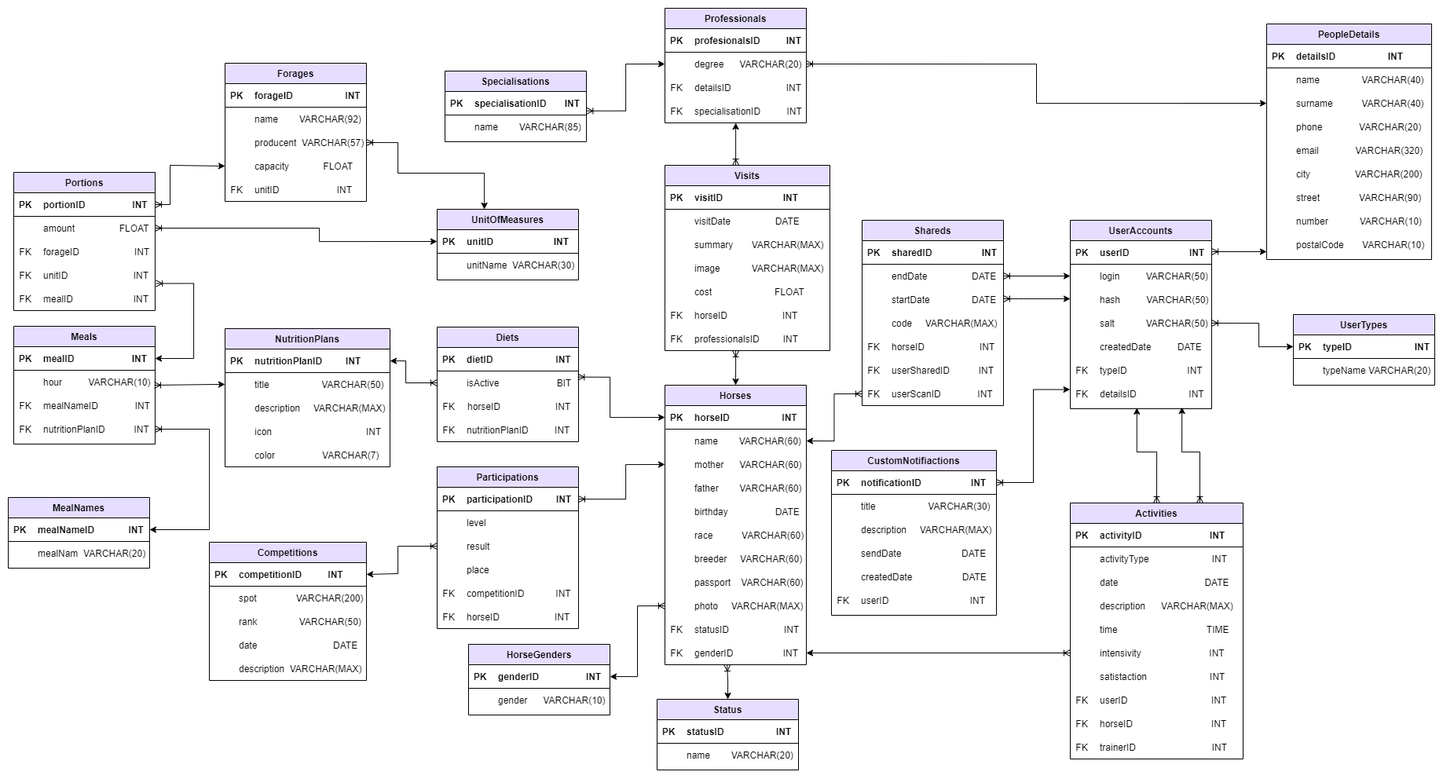
The draw.io diagram Diagrams/Diagram fizyczny.png in NSzymczak/HorseTracking, before a commit. Source tidied: cells renumbered, new cells last; positions are measured from the earlier drawing's top-left corner, leaving out a move shared by most shapes.
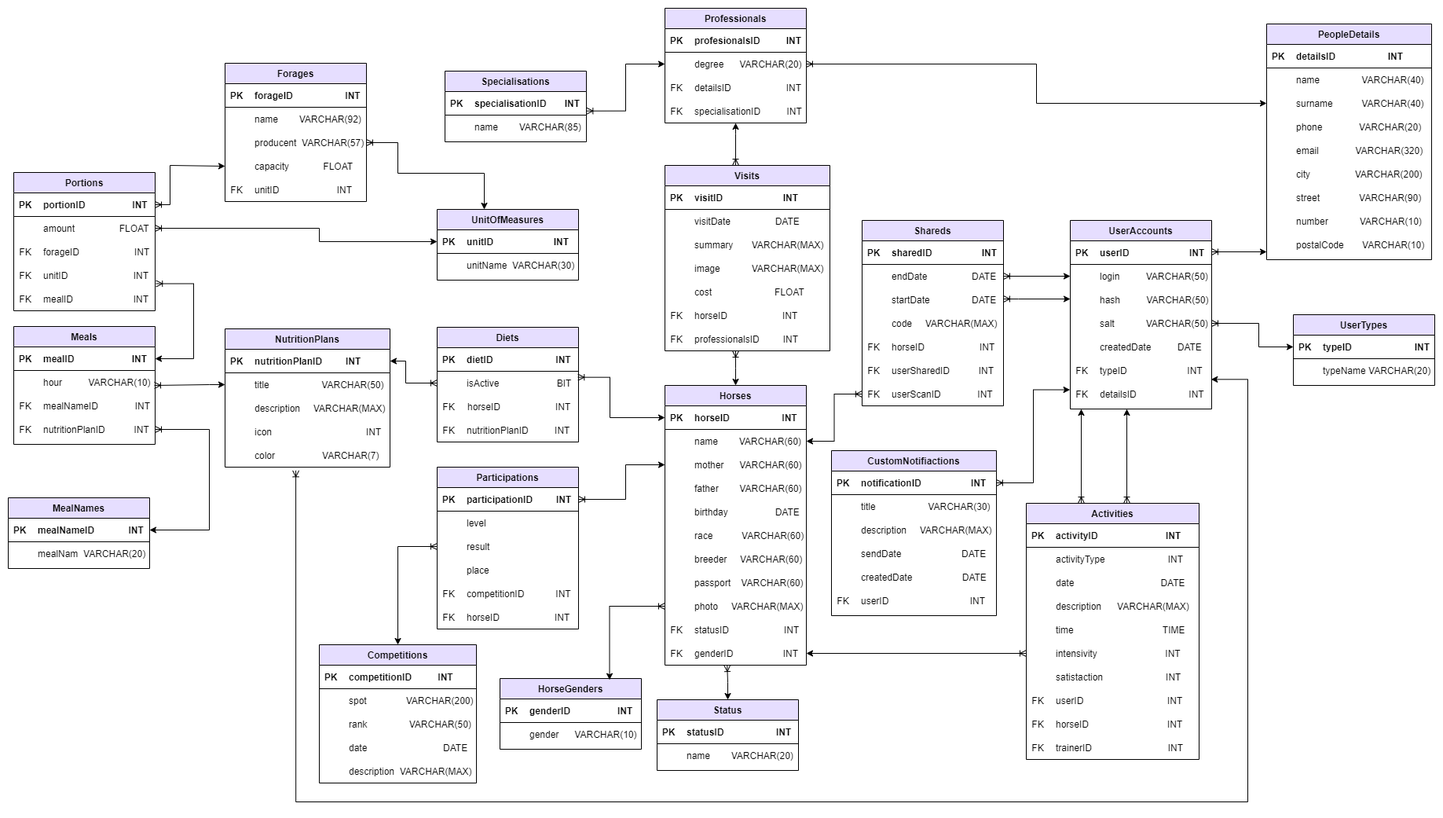
The same file after the commit.

Change to the diagram source:
```diff
@@ -375,7 +375,7 @@
       <mxGeometry x="30" width="150" height="30" as="geometry" />
     </mxCell>
     <mxCell id="126" value="HorseGenders" style="swimlane;fontStyle=1;align=center;verticalAlign=top;horizontal=1;startSize=26;rounded=0;shadow=0;strokeWidth=1;separatorColor=#000000;separatorStrokeWidth=1;swimlaneFillColor=#FFFFFF;fillColor=#E6DEFF;" parent="1" vertex="1">
-      <mxGeometry x="586" y="810" width="180" height="90" as="geometry" />
+      <mxGeometry x="626" y="853" width="180" height="90" as="geometry" />
     </mxCell>
     <mxCell id="127" style="shape=tableRow;horizontal=0;startSize=0;swimlaneHead=0;swimlaneBody=0;fillColor=none;points=[[0,0.5],[1,0.5]];portConstraint=eastwest;top=0;left=0;right=0;bottom=1;strokeColor=#000000;" parent="126" vertex="1">
       <mxGeometry y="26" width="180" height="30" as="geometry" />
@@ -417,7 +417,7 @@
       <mxGeometry x="30" width="150" height="30" as="geometry" />
     </mxCell>
     <mxCell id="140" value="Activities" style="swimlane;fontStyle=1;align=center;verticalAlign=top;horizontal=1;startSize=26;rounded=0;shadow=0;strokeWidth=1;separatorColor=#000000;separatorStrokeWidth=1;swimlaneFillColor=#FFFFFF;fillColor=#E6DEFF;" parent="1" vertex="1">
-      <mxGeometry x="1352" y="630" width="220" height="326" as="geometry" />
+      <mxGeometry x="1296" y="630" width="220" height="326" as="geometry" />
     </mxCell>
     <mxCell id="141" style="shape=tableRow;horizontal=0;startSize=0;swimlaneHead=0;swimlaneBody=0;fillColor=none;top=0;left=0;right=0;bottom=1;strokeColor=#000000;" parent="140" vertex="1">
       <mxGeometry y="26" width="220" height="30" as="geometry" />
@@ -723,7 +723,7 @@
       <mxGeometry x="30" width="180" height="30" as="geometry" />
     </mxCell>
     <mxCell id="242" value="Competitions" style="swimlane;fontStyle=1;align=center;verticalAlign=top;horizontal=1;startSize=26;rounded=0;shadow=0;strokeWidth=1;separatorColor=#000000;separatorStrokeWidth=1;swimlaneFillColor=#FFFFFF;fillColor=#E6DEFF;" parent="1" vertex="1">
-      <mxGeometry x="256" y="680" width="200" height="176" as="geometry" />
+      <mxGeometry x="396" y="810" width="200" height="176" as="geometry" />
     </mxCell>
     <mxCell id="243" style="shape=tableRow;horizontal=0;startSize=0;swimlaneHead=0;swimlaneBody=0;fillColor=none;points=[[0,0.5],[1,0.5]];portConstraint=eastwest;top=0;left=0;right=0;bottom=1;strokeColor=#000000;" parent="242" vertex="1">
       <mxGeometry y="26" width="200" height="30" as="geometry" />
@@ -1025,20 +1025,19 @@
     <mxCell id="342" style="shape=partialRectangle;fillColor=none;top=0;left=0;bottom=0;right=0;overflow=hidden;strokeColor=#000000;" parent="1" vertex="1">
       <mxGeometry x="1352" y="326" width="30" height="30" as="geometry" />
     </mxCell>
-    <mxCell id="343" style="fontSize=12;html=1;endArrow=ERoneToMany;rounded=0;startArrow=classic;startFill=1;exitX=0.79;exitY=1.07;exitDx=0;exitDy=0;exitPerimeter=0;entryX=0.75;entryY=0;entryDx=0;entryDy=0;edgeStyle=orthogonalEdgeStyle;" parent="1" edge="1" source="97" target="140">
+    <mxCell id="343" style="fontSize=12;html=1;endArrow=ERoneToMany;rounded=0;startArrow=classic;startFill=1;entryX=0.75;entryY=0;entryDx=0;entryDy=0;edgeStyle=orthogonalEdgeStyle;" parent="1" edge="1">
       <mxGeometry relative="1" as="geometry">
+        <mxPoint x="1424" y="510" as="sourcePoint" />
+        <mxPoint x="1424" y="630" as="targetPoint" />
         <Array as="points">
-          <mxPoint x="1494" y="565" />
-          <mxPoint x="1517" y="565" />
+          <mxPoint x="1424" y="520" />
+          <mxPoint x="1424" y="520" />
         </Array>
       </mxGeometry>
     </mxCell>
-    <mxCell id="344" style="fontSize=12;html=1;endArrow=ERoneToMany;rounded=0;startArrow=classic;startFill=1;exitX=0.471;exitY=1.094;exitDx=0;exitDy=0;exitPerimeter=0;entryX=0.5;entryY=0;entryDx=0;entryDy=0;edgeStyle=orthogonalEdgeStyle;" parent="1" edge="1" source="97" target="140">
+    <mxCell id="344" style="fontSize=12;html=1;endArrow=ERoneToMany;rounded=0;startArrow=classic;startFill=1;edgeStyle=orthogonalEdgeStyle;entryX=0.318;entryY=0;entryDx=0;entryDy=0;entryPerimeter=0;" parent="1" edge="1" target="140">
       <mxGeometry relative="1" as="geometry">
-        <Array as="points">
-          <mxPoint x="1437" y="565" />
-          <mxPoint x="1462" y="565" />
-        </Array>
+        <mxPoint x="1366" y="510" as="sourcePoint" />
       </mxGeometry>
     </mxCell>
     <mxCell id="345" style="fontSize=12;html=1;endArrow=ERoneToMany;rounded=0;startArrow=classic;startFill=1;exitX=1;exitY=0.5;exitDx=0;exitDy=0;entryX=0;entryY=0.5;entryDx=0;entryDy=0;edgeStyle=orthogonalEdgeStyle;" parent="1" edge="1" source="54" target="156">
@@ -1050,8 +1049,12 @@
     <mxCell id="347" style="fontSize=12;html=1;endArrow=ERoneToMany;rounded=0;startArrow=classic;startFill=1;exitX=0.5;exitY=0;exitDx=0;exitDy=0;entryX=0.44;entryY=1.003;entryDx=0;entryDy=0;edgeStyle=orthogonalEdgeStyle;entryPerimeter=0;" parent="1" edge="1" source="119" target="54">
       <mxGeometry relative="1" as="geometry" />
     </mxCell>
-    <mxCell id="348" style="fontSize=12;html=1;endArrow=ERoneToMany;rounded=0;startArrow=classic;startFill=1;entryX=0;entryY=0.5;entryDx=0;entryDy=0;edgeStyle=orthogonalEdgeStyle;" parent="1" edge="1" source="127" target="48">
-      <mxGeometry relative="1" as="geometry" />
+    <mxCell id="348" style="fontSize=12;html=1;endArrow=ERoneToMany;rounded=0;startArrow=classic;startFill=1;entryX=0;entryY=0.5;entryDx=0;entryDy=0;edgeStyle=orthogonalEdgeStyle;exitX=0.775;exitY=0.019;exitDx=0;exitDy=0;exitPerimeter=0;" parent="1" edge="1" source="126" target="48">
+      <mxGeometry relative="1" as="geometry">
+        <Array as="points">
+          <mxPoint x="766" y="761" />
+        </Array>
+      </mxGeometry>
     </mxCell>
     <mxCell id="349" style="fontSize=12;html=1;endArrow=ERoneToMany;rounded=0;startArrow=classic;startFill=1;exitX=0;exitY=0.5;exitDx=0;exitDy=0;entryX=1;entryY=0.5;entryDx=0;entryDy=0;edgeStyle=orthogonalEdgeStyle;" parent="1" edge="1" source="134" target="88">
       <mxGeometry relative="1" as="geometry">
@@ -1136,10 +1139,9 @@
         </Array>
       </mxGeometry>
     </mxCell>
-    <mxCell id="361" style="fontSize=12;html=1;endArrow=ERoneToMany;rounded=0;startArrow=classic;startFill=1;edgeStyle=orthogonalEdgeStyle;exitX=1;exitY=0.5;exitDx=0;exitDy=0;entryX=0;entryY=0.5;entryDx=0;entryDy=0;" parent="1" edge="1" source="243" target="265">
+    <mxCell id="361" style="fontSize=12;html=1;endArrow=ERoneToMany;rounded=0;startArrow=classic;startFill=1;edgeStyle=orthogonalEdgeStyle;exitX=0.5;exitY=0;exitDx=0;exitDy=0;entryX=0;entryY=0.5;entryDx=0;entryDy=0;" parent="1" edge="1" source="242" target="265">
       <mxGeometry relative="1" as="geometry">
         <Array as="points">
-          <mxPoint x="496" y="720" />
           <mxPoint x="496" y="685" />
         </Array>
       </mxGeometry>
@@ -1194,5 +1196,14 @@
         </Array>
       </mxGeometry>
     </mxCell>
+    <mxCell id="368" style="fontSize=12;html=1;endArrow=ERoneToMany;rounded=0;startArrow=classic;startFill=1;edgeStyle=orthogonalEdgeStyle;exitX=0.996;exitY=-0.122;exitDx=0;exitDy=0;exitPerimeter=0;entryX=0.429;entryY=1.144;entryDx=0;entryDy=0;entryPerimeter=0;" parent="1" edge="1" source="97" target="239">
+      <mxGeometry relative="1" as="geometry">
+        <Array as="points">
+          <mxPoint x="1578" y="472" />
+          <mxPoint x="1578" y="1010" />
+          <mxPoint x="366" y="1010" />
+        </Array>
+      </mxGeometry>
+    </mxCell>
   </root>
 </mxGraphModel>
```
